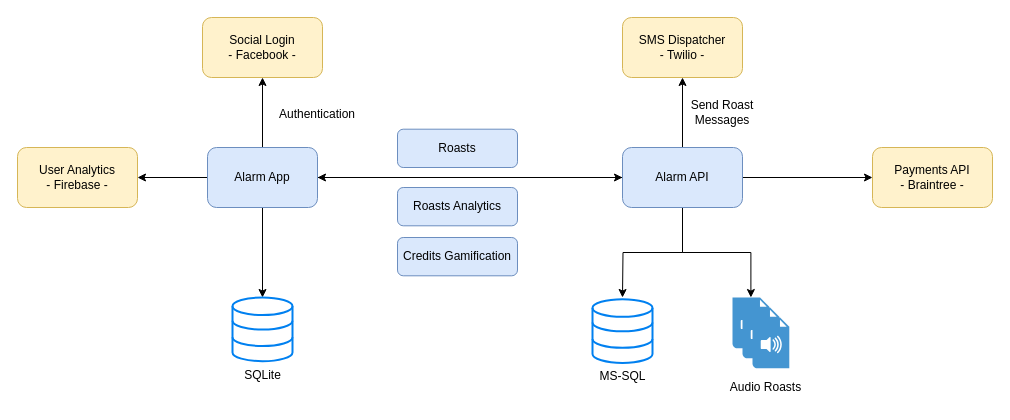
Before: docs/AlarmApp HighLevel.drawio in Ferencz8/AlarmApp, a draw.io diagram. Source tidied: cells renumbered, new cells numbered last; positions are measured from the earlier drawing's top-left corner, leaving out a move shared by most shapes. Both pictures are drawn from the tidied source at 100%, with x=0, y=0 at pixel (17, 17).
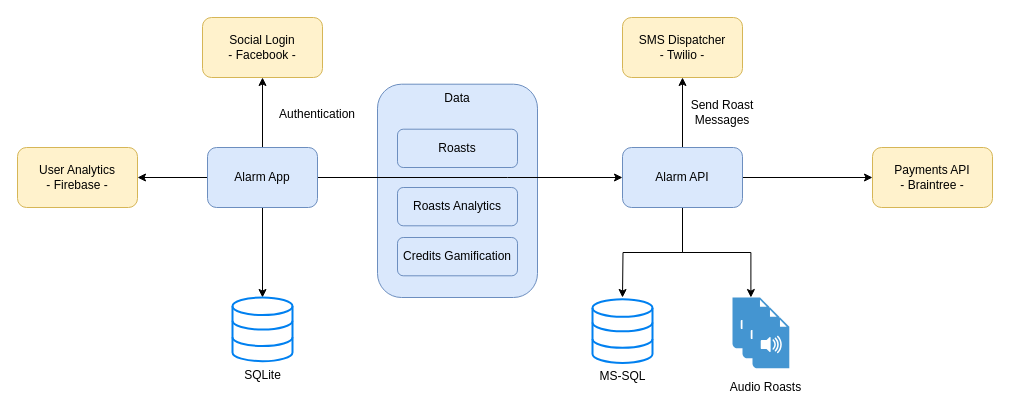
After the change.

The change refers to these unchanged cells:
```xml
<mxCell id="6" value="Alarm App" style="rounded=1;whiteSpace=wrap;html=1;fillColor=#dae8fc;strokeColor=#6c8ebf;verticalAlign=middle;" parent="1" vertex="1">
  <mxGeometry x="190" y="130" width="110" height="60" as="geometry" />
</mxCell>
<mxCell id="13" value="Alarm API" style="rounded=1;whiteSpace=wrap;html=1;fillColor=#dae8fc;strokeColor=#6c8ebf;" parent="1" vertex="1">
  <mxGeometry x="605" y="130" width="120" height="60" as="geometry" />
</mxCell>
```

Change to the diagram source:
```diff
@@
+    <mxCell id="31" value="Data" style="rounded=1;whiteSpace=wrap;html=1;fillColor=#dae8fc;strokeColor=#6c8ebf;verticalAlign=top;" parent="1" vertex="1">
+      <mxGeometry x="360" y="66.7" width="160" height="213.3" as="geometry" />
+    </mxCell>
@@
-    <mxCell id="12" style="edgeStyle=orthogonalEdgeStyle;rounded=0;jettySize=auto;html=1;entryX=1;entryY=0.5;entryDx=0;entryDy=0;" parent="1" edge="1" source="13" target="6">
-      <mxGeometry relative="1" as="geometry" />
-    </mxCell>
```
